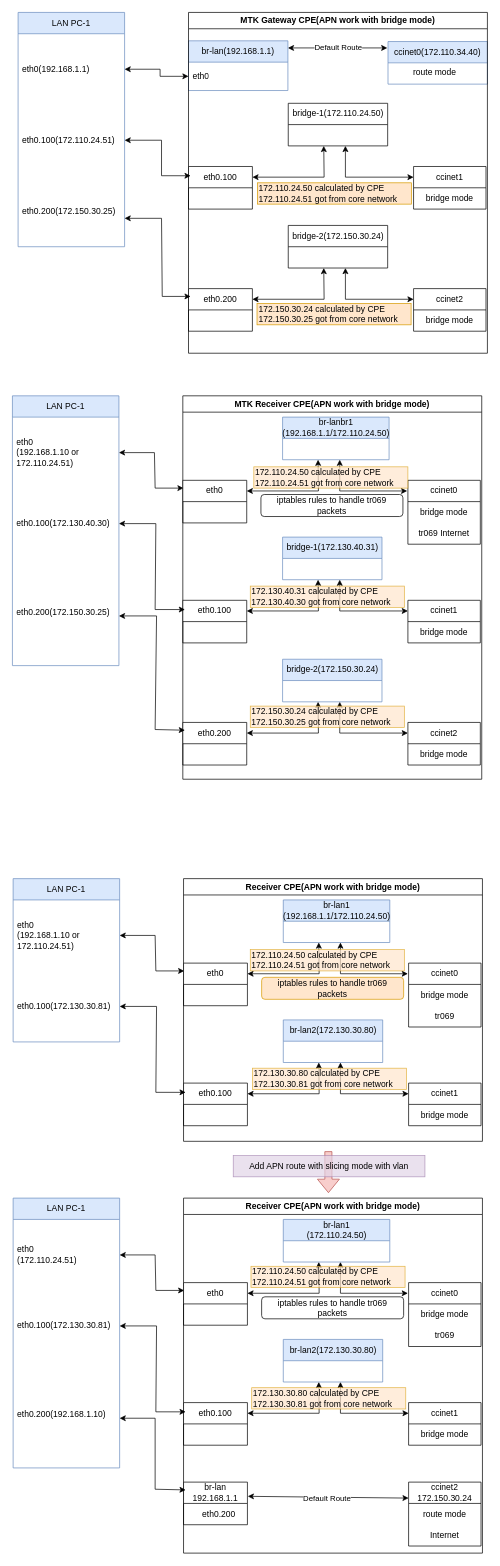
Above: page "MTK" (2 of 3) of Data/Untitled Diagram.drawio in HemingT/Diagram (draw.io), before the change. Source tidied: cells renumbered, new cells numbered last; positions are measured from the earlier drawing's top-left corner, leaving out a move shared by most shapes. Both pictures are drawn from the tidied source at 71%, with x=0, y=0 at pixel (12, 12).
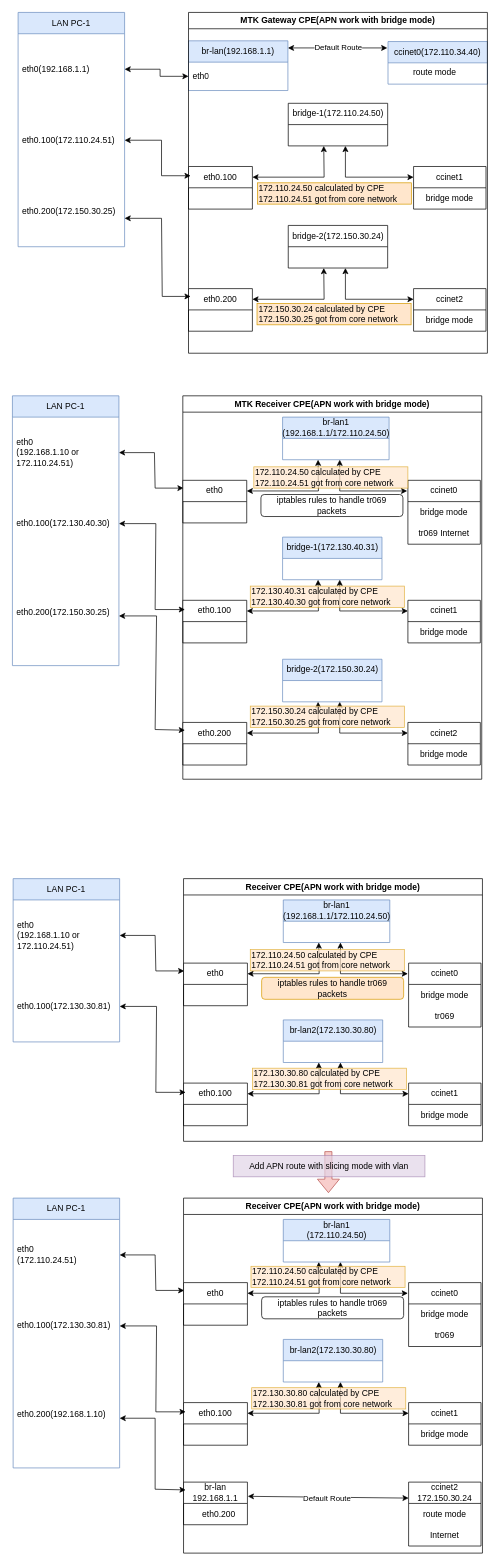
After the change.

Unchanged cells that the change refers to:
```xml
<mxCell id="35" value="MTK Receiver CPE(APN work with bridge mode)" style="swimlane;whiteSpace=wrap;html=1;" parent="1" vertex="1">
  <mxGeometry x="240" y="540" width="421" height="540" as="geometry" />
</mxCell>
```

Change to the diagram source:
```diff
@@
-    <mxCell id="48" value="br-lanbr1&lt;br&gt;(192.168.1.1/&lt;span style=&quot;text-align: left;&quot;&gt;172.110.24.50&lt;/span&gt;)" style="swimlane;fontStyle=0;horizontal=1;startSize=30;whiteSpace=wrap;html=1;fillColor=#dae8fc;strokeColor=#6c8ebf;" parent="35" vertex="1">
+    <mxCell id="48" value="br-lan1&lt;br&gt;(192.168.1.1/&lt;span style=&quot;text-align: left;&quot;&gt;172.110.24.50&lt;/span&gt;)" style="swimlane;fontStyle=0;horizontal=1;startSize=30;whiteSpace=wrap;html=1;fillColor=#dae8fc;strokeColor=#6c8ebf;" parent="35" vertex="1">
       <mxGeometry x="140.5" y="30" width="150" height="60" as="geometry" />
     </mxCell>
```
